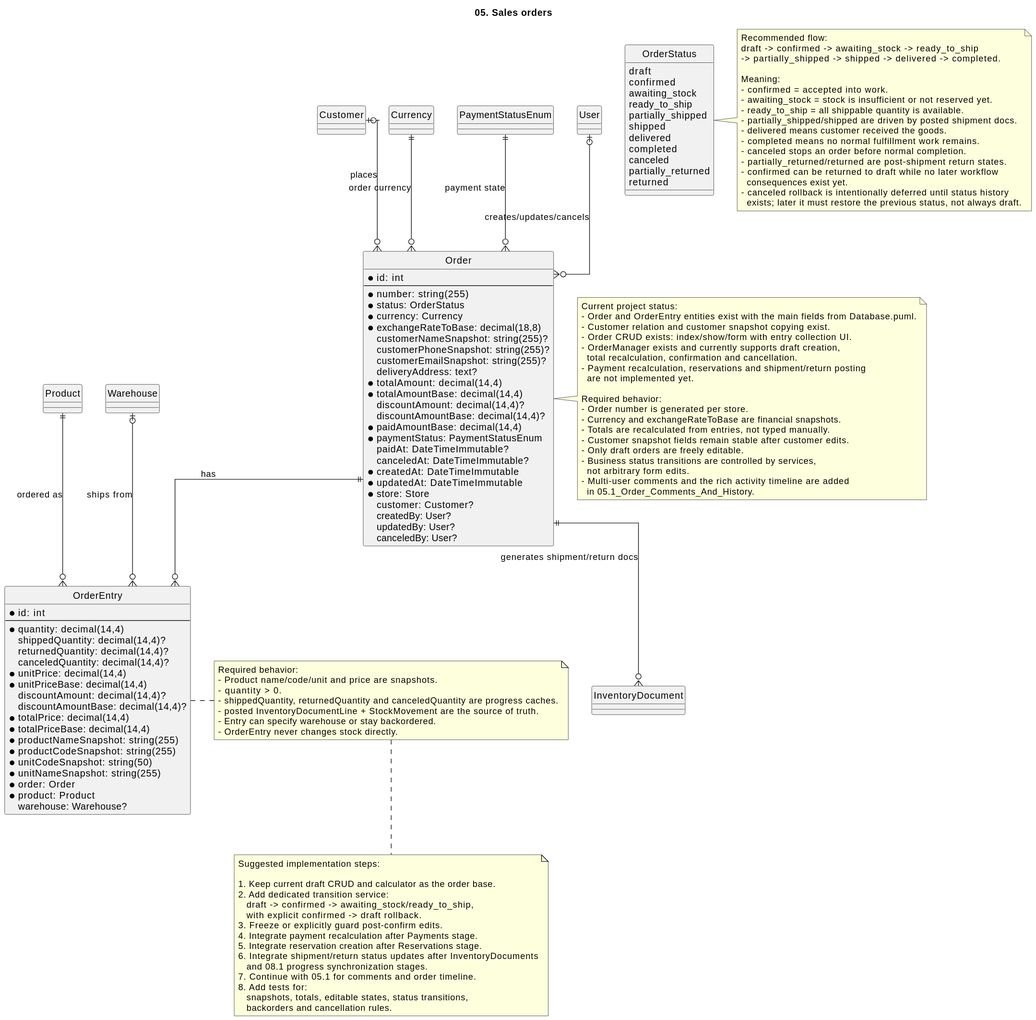
Above: src/Uml/implementation/05_Sales_Orders.svg in Tolik1794/shop (PlantUML), before the change.
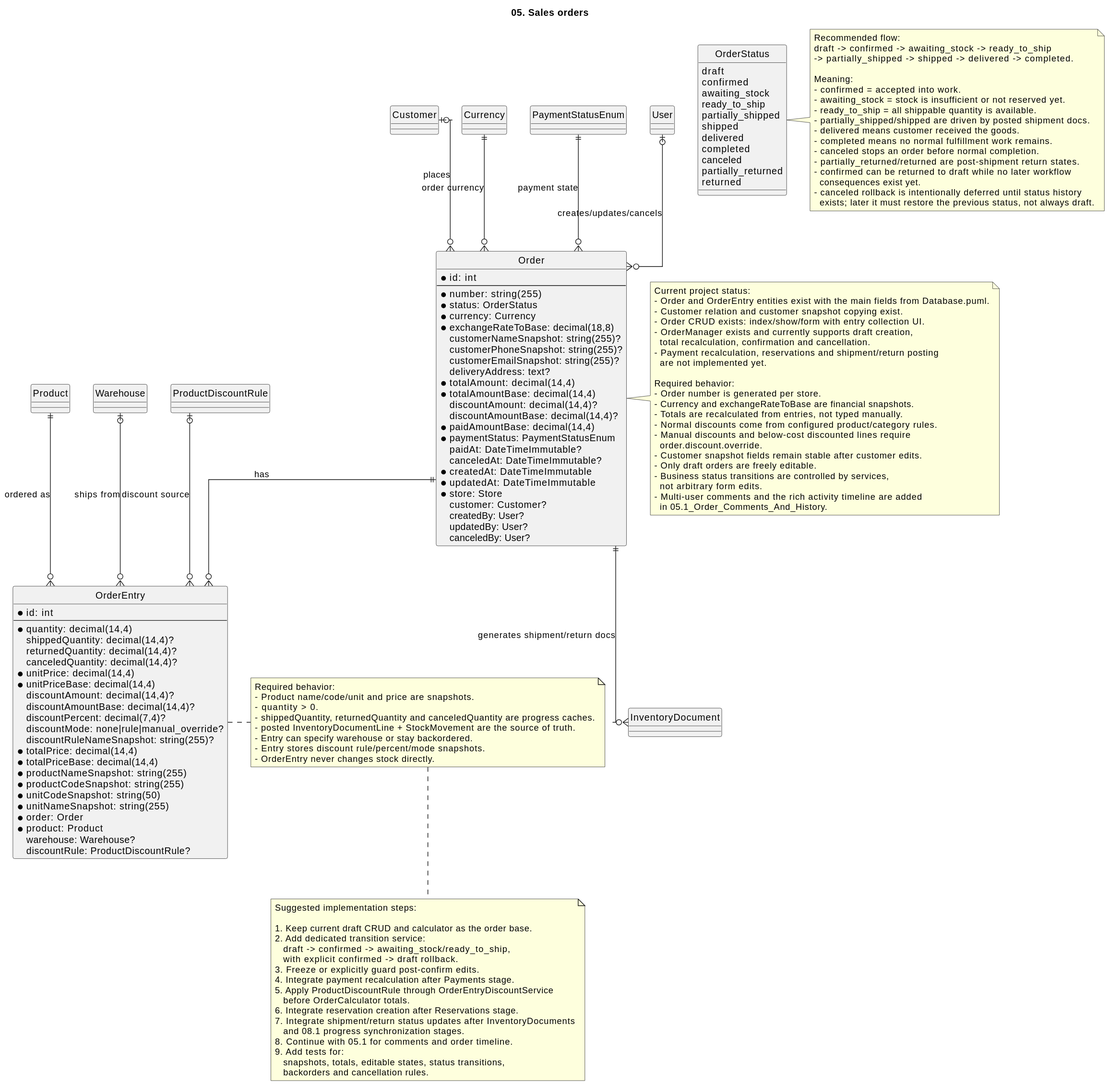
Above is the later version.

The edit, as a diff of the source:
```diff
@@ -57,6 +57,9 @@
 	* unitPriceBase: decimal(14,4)
 	discountAmount: decimal(14,4)?
 	discountAmountBase: decimal(14,4)?
+	discountPercent: decimal(7,4)?
+	discountMode: none|rule|manual_override?
+	discountRuleNameSnapshot: string(255)?
 	* totalPrice: decimal(14,4)
 	* totalPriceBase: decimal(14,4)
 	* productNameSnapshot: string(255)
@@ -66,12 +69,14 @@
 	* order: Order
 	* product: Product
 	warehouse: Warehouse?
+	discountRule: ProductDiscountRule?
 }
 
 Customer |o--o{ Order : places
 Order ||--o{ OrderEntry : has
 Product ||--o{ OrderEntry : ordered as
 Warehouse |o--o{ OrderEntry : ships from
+ProductDiscountRule |o--o{ OrderEntry : discount source
 Currency ||--o{ Order : order currency
 PaymentStatusEnum ||--o{ Order : payment state
 Order ||--o{ InventoryDocument : generates shipment/return docs
@@ -91,6 +96,9 @@
   - Order number is generated per store.
   - Currency and exchangeRateToBase are financial snapshots.
   - Totals are recalculated from entries, not typed manually.
+  - Normal discounts come from configured product/category rules.
+  - Manual discounts and below-cost discounted lines require
+    order.discount.override.
   - Customer snapshot fields remain stable after customer edits.
   - Only draft orders are freely editable.
   - Business status transitions are controlled by services,
@@ -126,6 +134,7 @@
   - shippedQuantity, returnedQuantity and canceledQuantity are progress caches.
   - posted InventoryDocumentLine + StockMovement are the source of truth.
   - Entry can specify warehouse or stay backordered.
+  - Entry stores discount rule/percent/mode snapshots.
   - OrderEntry never changes stock directly.
 end note
 
@@ -138,11 +147,13 @@
      with explicit confirmed -> draft rollback.
   3. Freeze or explicitly guard post-confirm edits.
   4. Integrate payment recalculation after Payments stage.
-  5. Integrate reservation creation after Reservations stage.
-  6. Integrate shipment/return status updates after InventoryDocuments
+  5. Apply ProductDiscountRule through OrderEntryDiscountService
+     before OrderCalculator totals.
+  6. Integrate reservation creation after Reservations stage.
+  7. Integrate shipment/return status updates after InventoryDocuments
      and 08.1 progress synchronization stages.
-  7. Continue with 05.1 for comments and order timeline.
-  8. Add tests for:
+  8. Continue with 05.1 for comments and order timeline.
+  9. Add tests for:
      snapshots, totals, editable states, status transitions,
      backorders and cancellation rules.
 end note
```
